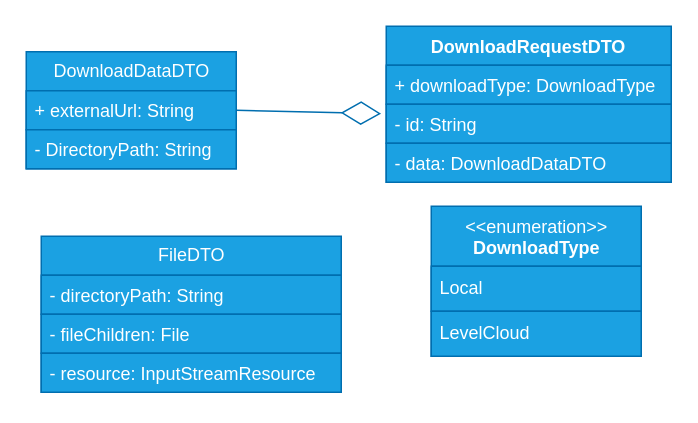
The draw.io diagram Wiki/Microservices/Music/Diagrama_UML.drawio in luishidalgoa/CloudStorage_Project, before the edit. Source tidied: cells renumbered, new cells numbered last; positions are measured from the earlier drawing's top-left corner, leaving out a move shared by most shapes. Both pictures are drawn from the tidied source at 150%, with x=0, y=0 at pixel (26, 26).
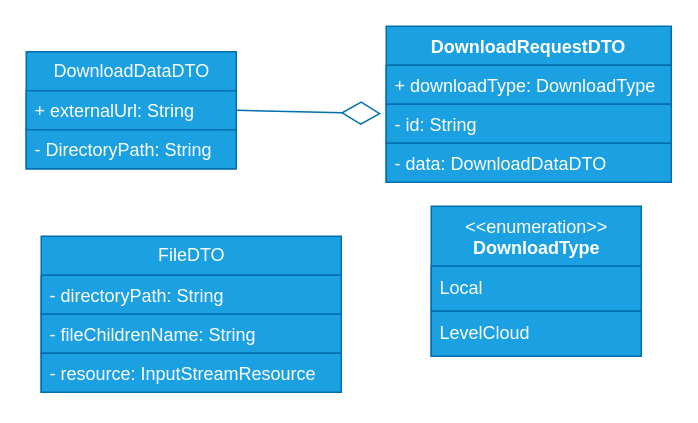
Above is the later version.

Diff of the diagram source:
```diff
@@
 <mxGraphModel background="#ffffff">
   <root>
     <mxCell id="0" />
     <mxCell id="1" parent="0" />
     <mxCell id="2" value="DownloadDataDTO" style="swimlane;fontStyle=0;horizontal=1;startSize=26;fillColor=#1ba1e2;html=1;fontColor=#ffffff;strokeColor=#006EAF;" parent="1" vertex="1">
       <mxGeometry y="17" width="140" height="78" as="geometry" />
     </mxCell>
     <mxCell id="3" value="+ externalUrl: String" style="text;strokeColor=#006EAF;fillColor=#1ba1e2;align=left;verticalAlign=top;spacingLeft=4;spacingRight=4;overflow=hidden;whiteSpace=wrap;html=1;fontColor=#ffffff;" parent="2" vertex="1">
       <mxGeometry y="26" width="140" height="26" as="geometry" />
     </mxCell>
     <mxCell id="4" value="- DirectoryPath: String" style="text;strokeColor=#006EAF;fillColor=#1ba1e2;align=left;verticalAlign=top;spacingLeft=4;spacingRight=4;overflow=hidden;whiteSpace=wrap;html=1;fontColor=#ffffff;" parent="2" vertex="1">
       <mxGeometry y="52" width="140" height="26" as="geometry" />
     </mxCell>
     <mxCell id="5" value="&amp;lt;&amp;lt;enumeration&amp;gt;&amp;gt;&lt;br&gt;&lt;b&gt;DownloadType&lt;/b&gt;" style="swimlane;fontStyle=0;align=center;verticalAlign=top;horizontal=1;startSize=40;html=1;fillColor=#1ba1e2;fontColor=#ffffff;strokeColor=#006EAF;" parent="1" vertex="1">
       <mxGeometry x="270" y="120" width="140" height="100" as="geometry" />
     </mxCell>
     <mxCell id="6" value="Local" style="text;html=1;strokeColor=#006EAF;fillColor=#1ba1e2;align=left;verticalAlign=middle;spacingLeft=4;spacingRight=4;overflow=hidden;fontColor=#ffffff;" parent="5" vertex="1">
       <mxGeometry y="40" width="140" height="30" as="geometry" />
     </mxCell>
     <mxCell id="7" value="LevelCloud" style="text;html=1;strokeColor=#006EAF;fillColor=#1ba1e2;align=left;verticalAlign=middle;spacingLeft=4;spacingRight=4;overflow=hidden;fontColor=#ffffff;" parent="5" vertex="1">
       <mxGeometry y="70" width="140" height="30" as="geometry" />
     </mxCell>
     <mxCell id="8" value="DownloadRequestDTO" style="swimlane;fontStyle=1;align=center;verticalAlign=top;horizontal=1;startSize=26;fillColor=#1ba1e2;fontColor=#ffffff;strokeColor=#006EAF;" parent="1" vertex="1">
       <mxGeometry x="240" width="190" height="104" as="geometry" />
     </mxCell>
     <mxCell id="9" value="+ downloadType: DownloadType" style="text;strokeColor=#006EAF;fillColor=#1ba1e2;align=left;verticalAlign=top;spacingLeft=4;spacingRight=4;overflow=hidden;fontColor=#ffffff;" parent="8" vertex="1">
       <mxGeometry y="26" width="190" height="26" as="geometry" />
     </mxCell>
     <mxCell id="10" value="- id: String" style="text;strokeColor=#006EAF;fillColor=#1ba1e2;align=left;verticalAlign=top;spacingLeft=4;spacingRight=4;overflow=hidden;fontColor=#ffffff;" parent="8" vertex="1">
       <mxGeometry y="52" width="190" height="26" as="geometry" />
     </mxCell>
     <mxCell id="11" value="- data: DownloadDataDTO" style="text;strokeColor=#006EAF;fillColor=#1ba1e2;align=left;verticalAlign=top;spacingLeft=4;spacingRight=4;overflow=hidden;fontColor=#ffffff;" parent="8" vertex="1">
       <mxGeometry y="78" width="190" height="26" as="geometry" />
     </mxCell>
     <mxCell id="12" style="endArrow=diamondThin;endFill=0;endSize=24;html=1;entryX=-0.018;entryY=0.244;entryDx=0;entryDy=0;entryPerimeter=0;exitX=1;exitY=0.5;exitDx=0;exitDy=0;fillColor=#1ba1e2;strokeColor=#006EAF;" parent="1" edge="1" source="2">
       <mxGeometry relative="1" as="geometry">
         <mxPoint x="236.6" y="58.3" as="targetPoint" />
       </mxGeometry>
     </mxCell>
     <mxCell id="13" value="FileDTO" style="swimlane;fontStyle=0;horizontal=1;startSize=26;fillColor=#1ba1e2;html=1;fontColor=#ffffff;strokeColor=#006EAF;" parent="1" vertex="1">
       <mxGeometry x="10" y="140" width="200" height="104" as="geometry" />
     </mxCell>
     <mxCell id="14" value="- directoryPath: String" style="text;strokeColor=#006EAF;fillColor=#1ba1e2;align=left;verticalAlign=top;spacingLeft=4;spacingRight=4;overflow=hidden;whiteSpace=wrap;html=1;fontColor=#ffffff;" parent="13" vertex="1">
       <mxGeometry y="26" width="200" height="26" as="geometry" />
     </mxCell>
-    <mxCell id="15" value="- fileChildren: File" style="text;strokeColor=#006EAF;fillColor=#1ba1e2;align=left;verticalAlign=top;spacingLeft=4;spacingRight=4;overflow=hidden;whiteSpace=wrap;html=1;fontColor=#ffffff;" parent="13" vertex="1">
+    <mxCell id="15" value="- fileChildrenName: String" style="text;strokeColor=#006EAF;fillColor=#1ba1e2;align=left;verticalAlign=top;spacingLeft=4;spacingRight=4;overflow=hidden;whiteSpace=wrap;html=1;fontColor=#ffffff;" parent="13" vertex="1">
       <mxGeometry y="52" width="200" height="26" as="geometry" />
     </mxCell>
     <mxCell id="16" value="- resource: InputStreamResource" style="text;strokeColor=#006EAF;fillColor=#1ba1e2;align=left;verticalAlign=top;spacingLeft=4;spacingRight=4;overflow=hidden;whiteSpace=wrap;html=1;fontColor=#ffffff;" parent="13" vertex="1">
       <mxGeometry y="78" width="200" height="26" as="geometry" />
     </mxCell>
   </root>
 </mxGraphModel>
```
